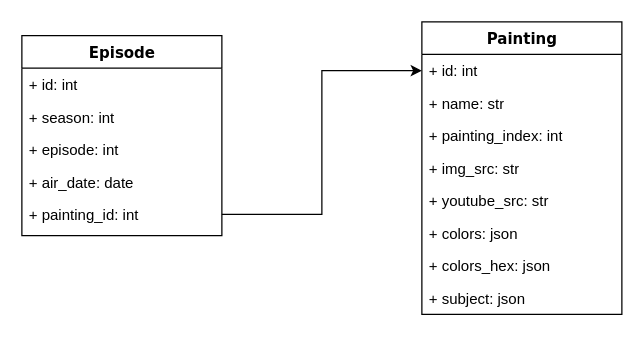
The draw.io diagram sql/sql-diagram.drawio in pretzelogical/atlas-the-joy-of-painting-api, before the edit. Source tidied: cells renumbered, new cells numbered last; positions are measured from the earlier drawing's top-left corner, leaving out a move shared by most shapes. Both pictures are drawn from the tidied source at 125%, with x=0, y=0 at pixel (21, 21).
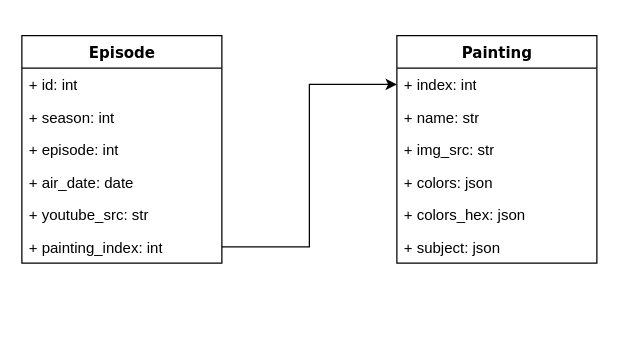
The same page after the edit.

Diff of the diagram source:
```diff
@@
 <mxGraphModel>
   <root>
     <mxCell id="0" />
     <mxCell id="1" parent="0" />
     <mxCell id="2" value="&lt;div&gt;Episode&lt;/div&gt;" style="swimlane;html=1;fontStyle=1;align=center;verticalAlign=top;horizontal=1;startSize=26;swimlaneFillColor=#ffffff;rounded=0;shadow=0;comic=0;labelBackgroundColor=none;strokeWidth=1;fillColor=none;fontFamily=Verdana;fontSize=12;" parent="1" vertex="1">
-      <mxGeometry y="11" width="160" height="160" as="geometry" />
+      <mxGeometry y="11" width="160" height="182" as="geometry" />
     </mxCell>
     <mxCell id="3" value="+ id: int" style="text;html=1;strokeColor=none;fillColor=none;align=left;verticalAlign=top;spacingLeft=4;spacingRight=4;whiteSpace=wrap;overflow=hidden;" parent="2" vertex="1">
       <mxGeometry y="26" width="160" height="26" as="geometry" />
     </mxCell>
     <mxCell id="4" value="+ season: int&lt;span style=&quot;white-space: pre;&quot;&gt;&#9;&lt;/span&gt;" style="text;html=1;strokeColor=none;fillColor=none;align=left;verticalAlign=top;spacingLeft=4;spacingRight=4;whiteSpace=wrap;overflow=hidden;" parent="2" vertex="1">
       <mxGeometry y="52" width="160" height="26" as="geometry" />
     </mxCell>
     <mxCell id="5" value="+ episode: int" style="text;html=1;strokeColor=none;fillColor=none;align=left;verticalAlign=top;spacingLeft=4;spacingRight=4;whiteSpace=wrap;overflow=hidden;" parent="2" vertex="1">
       <mxGeometry y="78" width="160" height="26" as="geometry" />
     </mxCell>
     <mxCell id="6" value="+ air_date: date" style="text;html=1;strokeColor=none;fillColor=none;align=left;verticalAlign=top;spacingLeft=4;spacingRight=4;whiteSpace=wrap;overflow=hidden;" parent="2" vertex="1">
       <mxGeometry y="104" width="160" height="26" as="geometry" />
     </mxCell>
+    <mxCell id="13" value="+ youtube_src: str" style="text;html=1;strokeColor=none;fillColor=none;align=left;verticalAlign=top;spacingLeft=4;spacingRight=4;whiteSpace=wrap;overflow=hidden;" parent="2" vertex="1">
+      <mxGeometry y="130" width="160" height="26" as="geometry" />
+    </mxCell>
-    <mxCell id="7" value="+ painting_id: int" style="text;html=1;strokeColor=none;fillColor=none;align=left;verticalAlign=top;spacingLeft=4;spacingRight=4;whiteSpace=wrap;overflow=hidden;points=[[0,0.5],[1,0.5]];portConstraint=eastwest;" parent="2" vertex="1">
-      <mxGeometry y="130" width="160" height="26" as="geometry" />
+    <mxCell id="7" value="+ painting_index: int" style="text;html=1;strokeColor=none;fillColor=none;align=left;verticalAlign=top;spacingLeft=4;spacingRight=4;whiteSpace=wrap;overflow=hidden;points=[[0,0.5],[1,0.5]];portConstraint=eastwest;" parent="2" vertex="1">
+      <mxGeometry y="156" width="160" height="26" as="geometry" />
     </mxCell>
     <mxCell id="8" value="Painting" style="swimlane;html=1;fontStyle=1;align=center;verticalAlign=top;horizontal=1;startSize=26;swimlaneFillColor=#ffffff;rounded=0;shadow=0;comic=0;labelBackgroundColor=none;strokeWidth=1;fillColor=none;fontFamily=Verdana;fontSize=12;" parent="1" vertex="1">
-      <mxGeometry x="320" width="160" height="234" as="geometry" />
+      <mxGeometry x="300" y="11" width="160" height="182" as="geometry" />
     </mxCell>
-    <mxCell id="9" value="+ id: int" style="text;html=1;strokeColor=none;fillColor=none;align=left;verticalAlign=top;spacingLeft=4;spacingRight=4;whiteSpace=wrap;overflow=hidden;points=[[0,0.5],[1,0.5]];portConstraint=eastwest;" parent="8" vertex="1">
+    <mxCell id="9" value="+ index: int" style="text;html=1;strokeColor=none;fillColor=none;align=left;verticalAlign=top;spacingLeft=4;spacingRight=4;whiteSpace=wrap;overflow=hidden;points=[[0,0.5],[1,0.5]];portConstraint=eastwest;" parent="8" vertex="1">
       <mxGeometry y="26" width="160" height="26" as="geometry" />
     </mxCell>
     <mxCell id="10" value="+ name: str" style="text;html=1;strokeColor=none;fillColor=none;align=left;verticalAlign=top;spacingLeft=4;spacingRight=4;whiteSpace=wrap;overflow=hidden;" parent="8" vertex="1">
       <mxGeometry y="52" width="160" height="26" as="geometry" />
     </mxCell>
-    <mxCell id="11" value="+ painting_index: int" style="text;html=1;strokeColor=none;fillColor=none;align=left;verticalAlign=top;spacingLeft=4;spacingRight=4;whiteSpace=wrap;overflow=hidden;" parent="8" vertex="1">
-      <mxGeometry y="78" width="160" height="26" as="geometry" />
-    </mxCell>
     <mxCell id="12" value="+ img_src: str" style="text;html=1;strokeColor=none;fillColor=none;align=left;verticalAlign=top;spacingLeft=4;spacingRight=4;whiteSpace=wrap;overflow=hidden;" parent="8" vertex="1">
-      <mxGeometry y="104" width="160" height="26" as="geometry" />
+      <mxGeometry y="78" width="160" height="26" as="geometry" />
     </mxCell>
-    <mxCell id="13" value="+ youtube_src: str" style="text;html=1;strokeColor=none;fillColor=none;align=left;verticalAlign=top;spacingLeft=4;spacingRight=4;whiteSpace=wrap;overflow=hidden;" parent="8" vertex="1">
-      <mxGeometry y="130" width="160" height="26" as="geometry" />
-    </mxCell>
     <mxCell id="14" value="+ colors: json" style="text;html=1;strokeColor=none;fillColor=none;align=left;verticalAlign=top;spacingLeft=4;spacingRight=4;whiteSpace=wrap;overflow=hidden;" parent="8" vertex="1">
-      <mxGeometry y="156" width="160" height="26" as="geometry" />
+      <mxGeometry y="104" width="160" height="26" as="geometry" />
     </mxCell>
     <mxCell id="15" value="+ colors_hex: json" style="text;html=1;strokeColor=none;fillColor=none;align=left;verticalAlign=top;spacingLeft=4;spacingRight=4;whiteSpace=wrap;overflow=hidden;" parent="8" vertex="1">
-      <mxGeometry y="182" width="160" height="26" as="geometry" />
+      <mxGeometry y="130" width="160" height="26" as="geometry" />
     </mxCell>
     <mxCell id="16" value="+ subject: json" style="text;html=1;strokeColor=none;fillColor=none;align=left;verticalAlign=top;spacingLeft=4;spacingRight=4;whiteSpace=wrap;overflow=hidden;" parent="8" vertex="1">
-      <mxGeometry y="208" width="160" height="26" as="geometry" />
+      <mxGeometry y="156" width="160" height="26" as="geometry" />
     </mxCell>
     <mxCell id="17" style="edgeStyle=orthogonalEdgeStyle;rounded=0;jettySize=auto;html=1;entryX=0;entryY=0.5;entryDx=0;entryDy=0;" parent="1" edge="1" source="7" target="9">
       <mxGeometry relative="1" as="geometry" />
     </mxCell>
   </root>
 </mxGraphModel>
```
